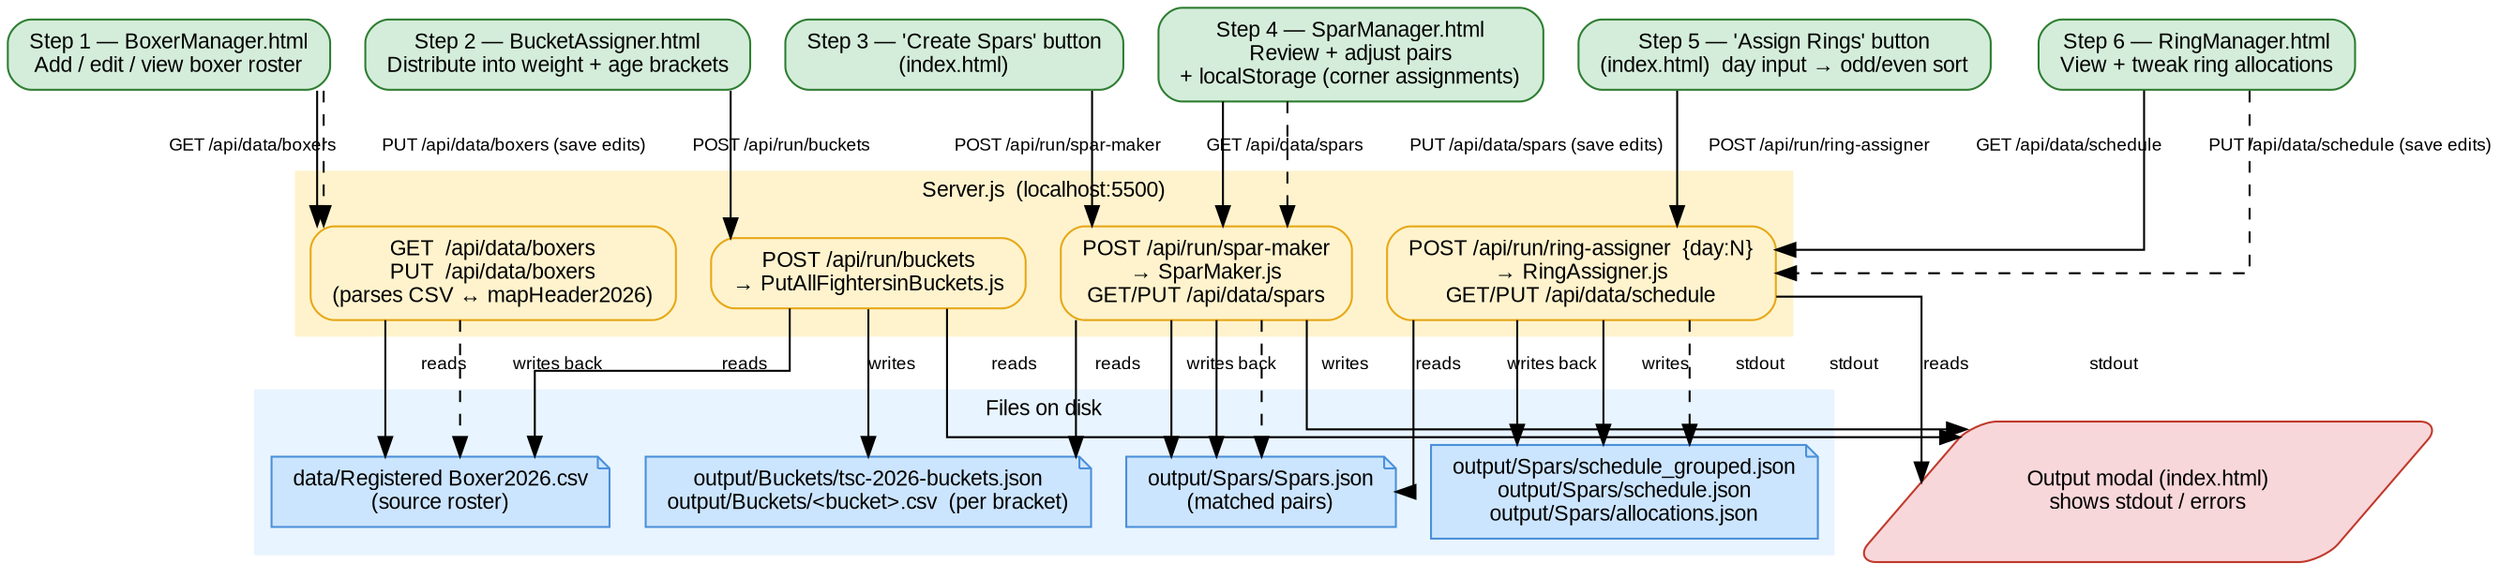
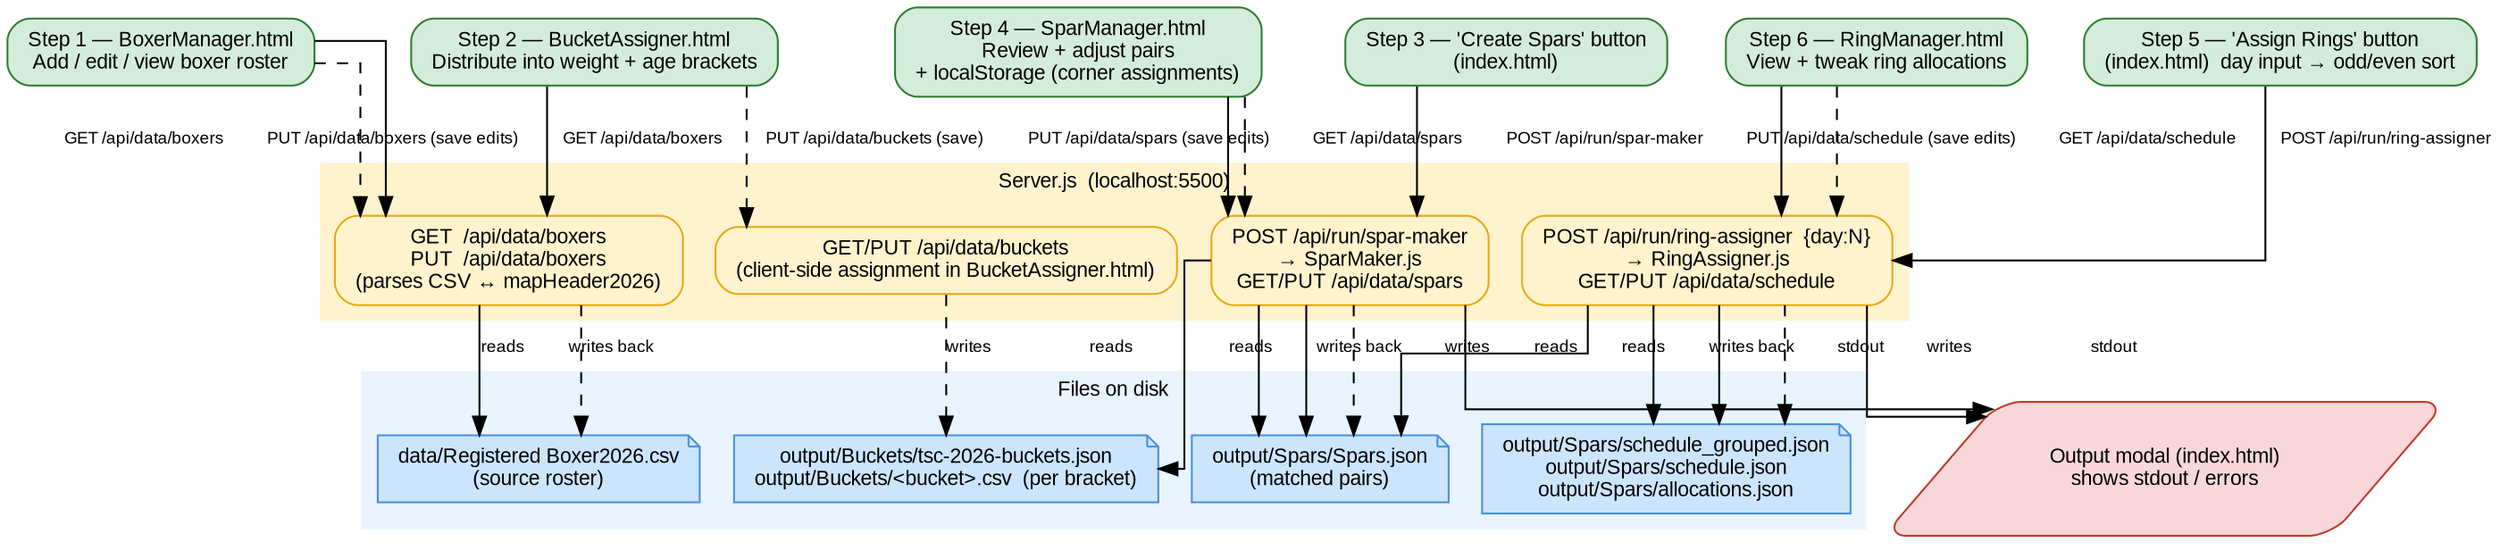
digraph IndexDataFlow {
  rankdir=TB;
  graph [fontname="Arial" fontsize=11 splines=ortho];
  node  [fontname="Arial" fontsize=11 shape=box style="filled,rounded" margin="0.15,0.08"];
  edge  [fontname="Arial" fontsize=9];

  // ════════════════════════════════════════════════
  // FILES
  // ════════════════════════════════════════════════

  subgraph cluster_files {
    label="Files on disk"; style=filled; color="#e8f4ff"; fontname="Arial"; fontsize=11;

    F_csv       [label="data/Registered Boxer2026.csv\n(source roster)" fillcolor="#cce5ff" color="#4a90d9" shape=note];
    F_buckets   [label="output/Buckets/tsc-2026-buckets.json\noutput/Buckets/<bucket>.csv  (per bracket)" fillcolor="#cce5ff" color="#4a90d9" shape=note];
    F_spars     [label="output/Spars/Spars.json\n(matched pairs)" fillcolor="#cce5ff" color="#4a90d9" shape=note];
    F_schedule  [label="output/Spars/schedule_grouped.json\noutput/Spars/schedule.json\noutput/Spars/allocations.json" fillcolor="#cce5ff" color="#4a90d9" shape=note];
  }

  // ════════════════════════════════════════════════
  // SERVER
  // ════════════════════════════════════════════════

  subgraph cluster_server {
    label="Server.js  (localhost:5500)"; style=filled; color="#fff3cd"; fontname="Arial"; fontsize=11;

    SRV_boxers   [label="GET  /api/data/boxers\nPUT  /api/data/boxers\n(parses CSV ↔ mapHeader2026)" fillcolor="#fff3cd" color="#e6a817"];
-     SRV_buckets  [label="POST /api/run/buckets\n→ PutAllFightersinBuckets.js" fillcolor="#fff3cd" color="#e6a817"];
+     SRV_buckets  [label="GET/PUT /api/data/buckets\n(client-side assignment in BucketAssigner.html)" fillcolor="#fff3cd" color="#e6a817"];
    SRV_spars    [label="POST /api/run/spar-maker\n→ SparMaker.js\nGET/PUT /api/data/spars" fillcolor="#fff3cd" color="#e6a817"];
    SRV_rings    [label="POST /api/run/ring-assigner  {day:N}\n→ RingAssigner.js\nGET/PUT /api/data/schedule" fillcolor="#fff3cd" color="#e6a817"];
  }

  // ════════════════════════════════════════════════
  // UI TOOLS  (steps 1 → 7)
  // ════════════════════════════════════════════════

  S1 [label="Step 1 — BoxerManager.html\nAdd / edit / view boxer roster" fillcolor="#d4edda" color="#2e7d32"];
  S2 [label="Step 2 — BucketAssigner.html\nDistribute into weight + age brackets" fillcolor="#d4edda" color="#2e7d32"];
  S3 [label="Step 3 — 'Create Spars' button\n(index.html)" fillcolor="#d4edda" color="#2e7d32"];
  S4 [label="Step 4 — SparManager.html\nReview + adjust pairs\n+ localStorage (corner assignments)" fillcolor="#d4edda" color="#2e7d32"];
  S5 [label="Step 5 — 'Assign Rings' button\n(index.html)  day input → odd/even sort" fillcolor="#d4edda" color="#2e7d32"];
  S6 [label="Step 6 — RingManager.html\nView + tweak ring allocations" fillcolor="#d4edda" color="#2e7d32"];

  Modal [label="Output modal (index.html)\nshows stdout / errors" fillcolor="#f8d7da" color="#c0392b" shape=parallelogram];

  // ════════════════════════════════════════════════
  // EDGES
  // ════════════════════════════════════════════════

  // Step 1 — Boxer Manager
  S1          -> SRV_boxers  [label="GET /api/data/boxers"];
  SRV_boxers  -> F_csv       [label="reads"];
  S1          -> SRV_boxers  [label="PUT /api/data/boxers (save edits)" style=dashed];
  SRV_boxers  -> F_csv       [label="writes back" style=dashed];

-   // Step 2 — Bucket Assigner
-   S2          -> SRV_buckets [label="POST /api/run/buckets"];
-   SRV_buckets -> F_csv       [label="reads"];
-   SRV_buckets -> F_buckets   [label="writes"];
-   SRV_buckets -> Modal       [label="stdout"];
+   // Step 2 — Bucket Assigner (assignment runs in-browser; server only persists)
+   S2          -> SRV_boxers  [label="GET /api/data/boxers"];
+   S2          -> SRV_buckets [label="PUT /api/data/buckets (save)" style=dashed];
+   SRV_buckets -> F_buckets   [label="writes" style=dashed];

  // Step 3 — Create Spars
  S3          -> SRV_spars   [label="POST /api/run/spar-maker"];
  SRV_spars   -> F_buckets   [label="reads"];
  SRV_spars   -> F_spars     [label="writes"];
  SRV_spars   -> Modal       [label="stdout"];

  // Step 4 — Spar Manager
  S4          -> SRV_spars   [label="GET /api/data/spars"];
  SRV_spars   -> F_spars     [label="reads"];
  S4          -> SRV_spars   [label="PUT /api/data/spars (save edits)" style=dashed];
  SRV_spars   -> F_spars     [label="writes back" style=dashed];

  // Step 5 — Assign Rings
  S5          -> SRV_rings   [label="POST /api/run/ring-assigner"];
  SRV_rings   -> F_spars     [label="reads"];
  SRV_rings   -> F_schedule  [label="writes"];
  SRV_rings   -> Modal       [label="stdout"];

  // Step 6 — Ring Manager
  S6          -> SRV_rings   [label="GET /api/data/schedule"];
  SRV_rings   -> F_schedule  [label="reads"];
  S6          -> SRV_rings   [label="PUT /api/data/schedule (save edits)" style=dashed];
  SRV_rings   -> F_schedule  [label="writes back" style=dashed];

}
